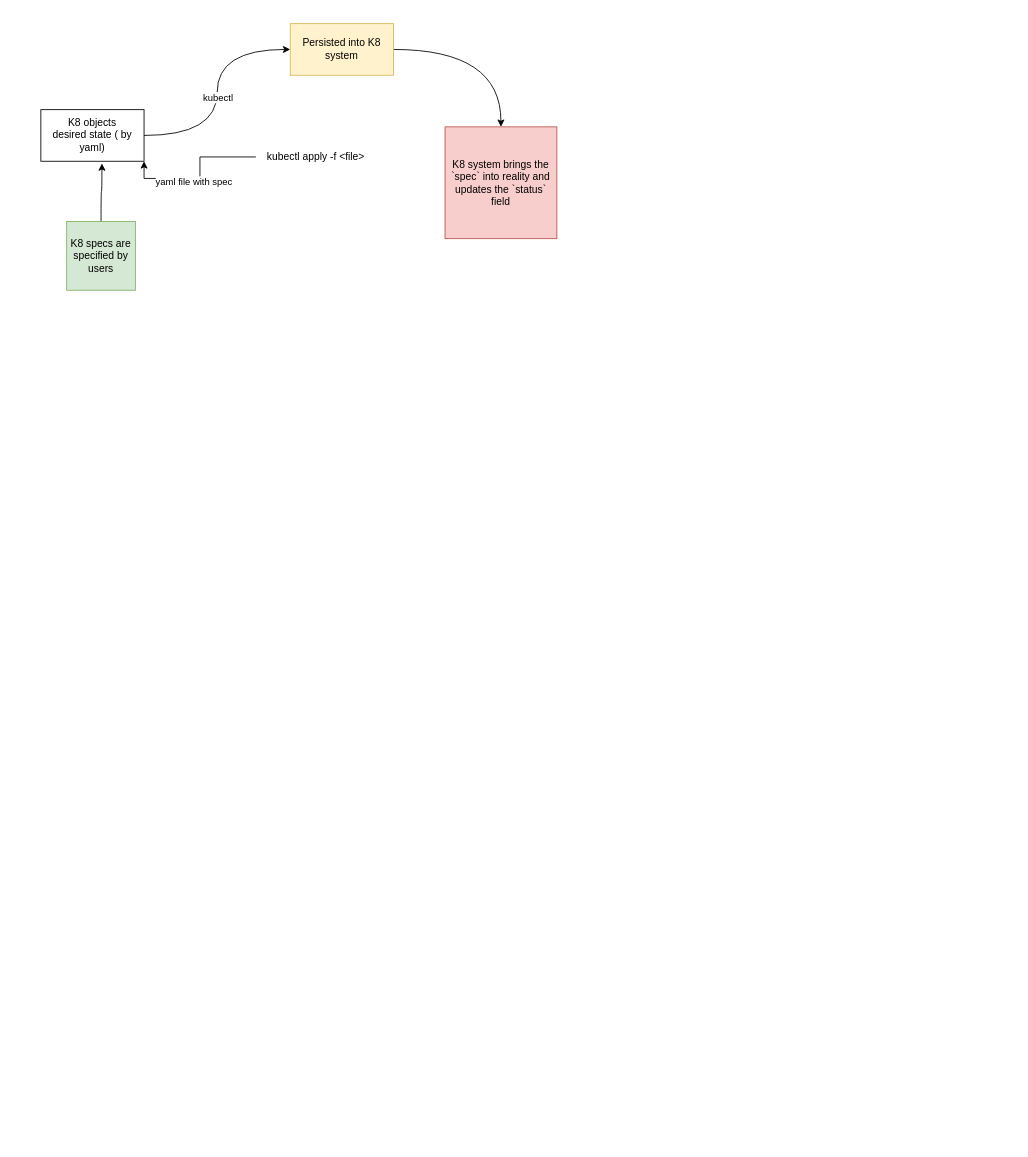
manjunath-notes/diagrams keeps this draw.io diagram as k8_1.drawio. Above is the earlier version. Source tidied: cells renumbered, new cells numbered last; positions are measured from the earlier drawing's top-left corner, leaving out a move shared by most shapes. Both pictures are drawn from the tidied source at 86%, with x=0, y=0 at pixel (40, 23).
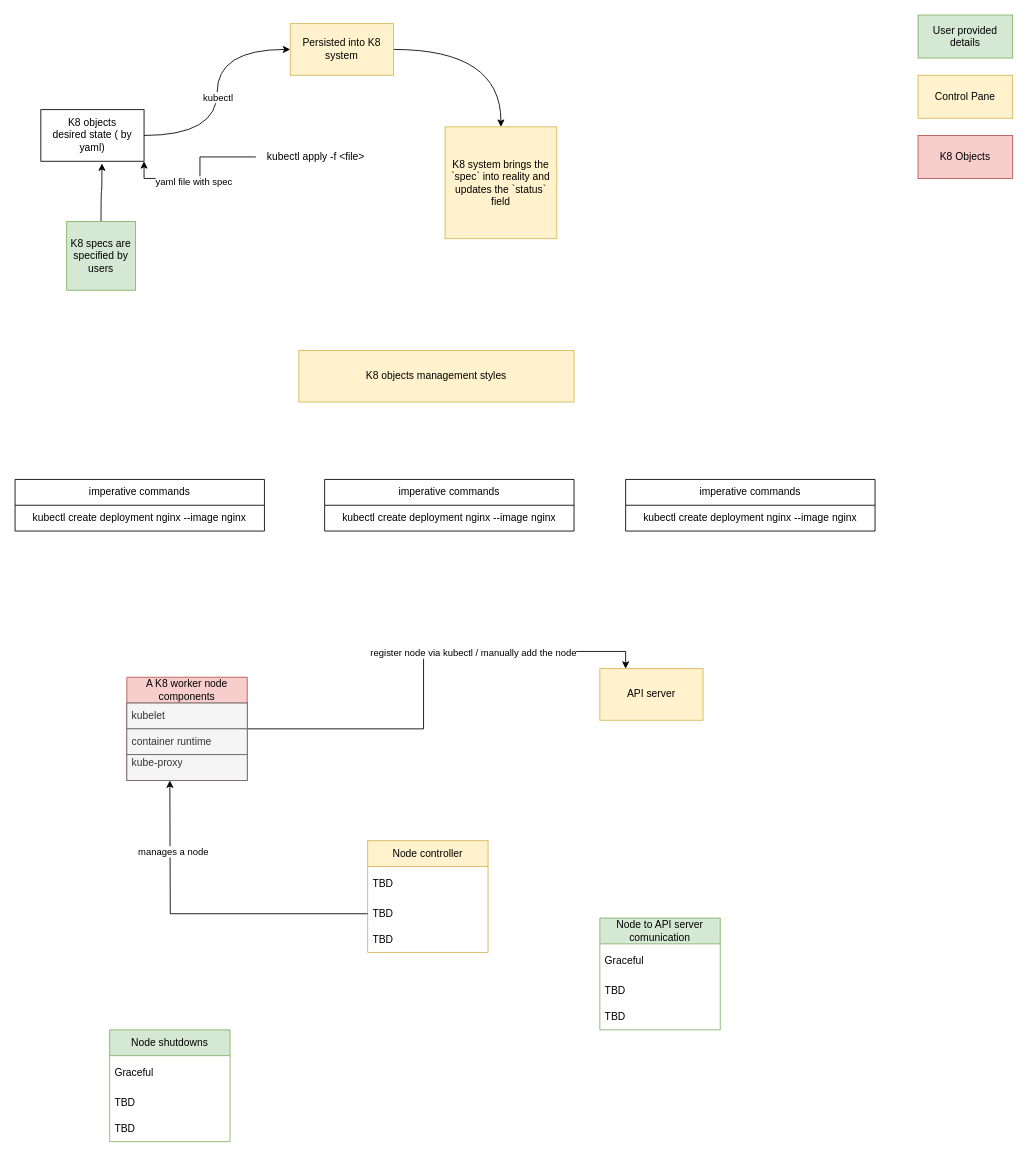
The same diagram, later.

Diff of the diagram source:
```diff
@@
-    <mxCell id="9" value="K8 system brings the `spec` into reality and updates the `status` field" style="whiteSpace=wrap;html=1;fillColor=#f8cecc;strokeColor=#b85450;" parent="1" vertex="1">
+    <mxCell id="9" value="K8 system brings the `spec` into reality and updates the `status` field" style="whiteSpace=wrap;html=1;fillColor=#fff2cc;strokeColor=#d6b656;" parent="1" vertex="1">
       <mxGeometry x="470" y="120" width="130" height="130" as="geometry" />
     </mxCell>
@@
+    <mxCell id="13" value="K8 objects management styles" style="rounded=0;whiteSpace=wrap;html=1;fillColor=#fff2cc;strokeColor=#d6b656;" parent="1" vertex="1">
+      <mxGeometry x="300" y="380" width="320" height="60" as="geometry" />
+    </mxCell>
+    <mxCell id="14" value="imperative commands" style="swimlane;fontStyle=0;horizontal=1;startSize=30;whiteSpace=wrap;html=1;" parent="1" vertex="1">
+      <mxGeometry x="-30" y="530" width="290" height="60" as="geometry" />
+    </mxCell>
+    <mxCell id="15" value="kubectl create deployment nginx --image nginx" style="text;strokeColor=none;fillColor=none;align=center;verticalAlign=middle;spacingLeft=4;spacingRight=4;overflow=hidden;whiteSpace=wrap;html=1;" parent="14" vertex="1">
+      <mxGeometry y="30" width="290" height="30" as="geometry" />
+    </mxCell>
+    <mxCell id="16" value="imperative commands" style="swimlane;fontStyle=0;horizontal=1;startSize=30;whiteSpace=wrap;html=1;" parent="1" vertex="1">
+      <mxGeometry x="330" y="530" width="290" height="60" as="geometry" />
+    </mxCell>
+    <mxCell id="17" value="kubectl create deployment nginx --image nginx" style="text;strokeColor=none;fillColor=none;align=center;verticalAlign=middle;spacingLeft=4;spacingRight=4;overflow=hidden;whiteSpace=wrap;html=1;" parent="16" vertex="1">
+      <mxGeometry y="30" width="290" height="30" as="geometry" />
+    </mxCell>
+    <mxCell id="18" value="imperative commands" style="swimlane;fontStyle=0;horizontal=1;startSize=30;whiteSpace=wrap;html=1;" parent="1" vertex="1">
+      <mxGeometry x="680" y="530" width="290" height="60" as="geometry" />
+    </mxCell>
+    <mxCell id="19" value="kubectl create deployment nginx --image nginx" style="text;strokeColor=none;fillColor=none;align=center;verticalAlign=middle;spacingLeft=4;spacingRight=4;overflow=hidden;whiteSpace=wrap;html=1;" parent="18" vertex="1">
+      <mxGeometry y="30" width="290" height="30" as="geometry" />
+    </mxCell>
+    <mxCell id="20" style="edgeStyle=orthogonalEdgeStyle;rounded=0;jettySize=auto;html=1;entryX=0.25;entryY=0;entryDx=0;entryDy=0;" parent="1" edge="1" source="22" target="26">
+      <mxGeometry relative="1" as="geometry" />
+    </mxCell>
+    <mxCell id="21" value="register node via kubectl / manually add the node" style="edgeLabel;html=1;align=center;verticalAlign=middle;" parent="20" vertex="1">
+      <mxGeometry x="0.28" y="-1" relative="1" as="geometry" />
+    </mxCell>
+    <mxCell id="22" value="A K8 worker node components" style="swimlane;fontStyle=0;horizontal=1;startSize=30;whiteSpace=wrap;html=1;fillColor=#f8cecc;strokeColor=#b85450;" parent="1" vertex="1">
+      <mxGeometry x="100" y="760" width="140" height="120" as="geometry" />
+    </mxCell>
+    <mxCell id="23" value="kubelet" style="text;strokeColor=#666666;fillColor=#f5f5f5;align=left;verticalAlign=middle;spacingLeft=4;spacingRight=4;overflow=hidden;whiteSpace=wrap;html=1;fontColor=#333333;" parent="22" vertex="1">
+      <mxGeometry y="30" width="140" height="30" as="geometry" />
+    </mxCell>
+    <mxCell id="24" value="container runtime" style="text;strokeColor=#666666;fillColor=#f5f5f5;align=left;verticalAlign=middle;spacingLeft=4;spacingRight=4;overflow=hidden;whiteSpace=wrap;html=1;fontColor=#333333;" parent="22" vertex="1">
+      <mxGeometry y="60" width="140" height="30" as="geometry" />
+    </mxCell>
+    <mxCell id="25" value="kube-proxy&lt;br&gt;&lt;br&gt;" style="text;strokeColor=#666666;fillColor=#f5f5f5;align=left;verticalAlign=middle;spacingLeft=4;spacingRight=4;overflow=hidden;whiteSpace=wrap;html=1;fontColor=#333333;" parent="22" vertex="1">
+      <mxGeometry y="90" width="140" height="30" as="geometry" />
+    </mxCell>
+    <mxCell id="26" value="API server" style="rounded=0;whiteSpace=wrap;html=1;fillColor=#fff2cc;strokeColor=#d6b656;" parent="1" vertex="1">
+      <mxGeometry x="650" y="750" width="120" height="60" as="geometry" />
+    </mxCell>
+    <mxCell id="27" value="User provided details" style="rounded=0;whiteSpace=wrap;html=1;fillColor=#d5e8d4;strokeColor=#82b366;" parent="1" vertex="1">
+      <mxGeometry x="1020" y="-10" width="110" height="50" as="geometry" />
+    </mxCell>
+    <mxCell id="28" value="Control Pane" style="rounded=0;whiteSpace=wrap;html=1;fillColor=#fff2cc;strokeColor=#d6b656;" parent="1" vertex="1">
+      <mxGeometry x="1020" y="60" width="110" height="50" as="geometry" />
+    </mxCell>
+    <mxCell id="29" value="K8 Objects" style="rounded=0;whiteSpace=wrap;html=1;fillColor=#f8cecc;strokeColor=#b85450;" parent="1" vertex="1">
+      <mxGeometry x="1020" y="130" width="110" height="50" as="geometry" />
+    </mxCell>
+    <mxCell id="30" value="Node controller" style="swimlane;fontStyle=0;horizontal=1;startSize=30;whiteSpace=wrap;html=1;fillColor=#fff2cc;strokeColor=#d6b656;" parent="1" vertex="1">
+      <mxGeometry x="380" y="950" width="140" height="130" as="geometry" />
+    </mxCell>
+    <mxCell id="31" value="TBD" style="text;strokeColor=none;fillColor=none;align=left;verticalAlign=middle;spacingLeft=4;spacingRight=4;overflow=hidden;whiteSpace=wrap;html=1;" parent="30" vertex="1">
+      <mxGeometry y="30" width="140" height="40" as="geometry" />
+    </mxCell>
+    <mxCell id="32" style="edgeStyle=orthogonalEdgeStyle;rounded=0;jettySize=auto;html=1;" parent="30" edge="1" source="34">
+      <mxGeometry relative="1" as="geometry">
+        <mxPoint x="-230" y="-70" as="targetPoint" />
+      </mxGeometry>
+    </mxCell>
+    <mxCell id="33" value="manages a node" style="edgeLabel;html=1;align=center;verticalAlign=middle;" parent="32" vertex="1">
+      <mxGeometry x="0.57" y="-3" relative="1" as="geometry" />
+    </mxCell>
+    <mxCell id="34" value="TBD" style="text;strokeColor=none;fillColor=none;align=left;verticalAlign=middle;spacingLeft=4;spacingRight=4;overflow=hidden;points=[[0,0.5],[1,0.5]];portConstraint=eastwest;whiteSpace=wrap;html=1;" parent="30" vertex="1">
+      <mxGeometry y="70" width="140" height="30" as="geometry" />
+    </mxCell>
+    <mxCell id="35" value="TBD" style="text;strokeColor=none;fillColor=none;align=left;verticalAlign=middle;spacingLeft=4;spacingRight=4;overflow=hidden;whiteSpace=wrap;html=1;" parent="30" vertex="1">
+      <mxGeometry y="100" width="140" height="30" as="geometry" />
+    </mxCell>
+    <mxCell id="36" value="Node shutdowns" style="swimlane;fontStyle=0;horizontal=1;startSize=30;whiteSpace=wrap;html=1;fillColor=#d5e8d4;strokeColor=#82b366;" parent="1" vertex="1">
+      <mxGeometry x="80" y="1170" width="140" height="130" as="geometry" />
+    </mxCell>
+    <mxCell id="37" value="Graceful" style="text;strokeColor=none;fillColor=none;align=left;verticalAlign=middle;spacingLeft=4;spacingRight=4;overflow=hidden;whiteSpace=wrap;html=1;" parent="36" vertex="1">
+      <mxGeometry y="30" width="140" height="40" as="geometry" />
+    </mxCell>
+    <mxCell id="38" value="TBD" style="text;strokeColor=none;fillColor=none;align=left;verticalAlign=middle;spacingLeft=4;spacingRight=4;overflow=hidden;whiteSpace=wrap;html=1;" parent="36" vertex="1">
+      <mxGeometry y="70" width="140" height="30" as="geometry" />
+    </mxCell>
+    <mxCell id="39" value="TBD" style="text;strokeColor=none;fillColor=none;align=left;verticalAlign=middle;spacingLeft=4;spacingRight=4;overflow=hidden;whiteSpace=wrap;html=1;" parent="36" vertex="1">
+      <mxGeometry y="100" width="140" height="30" as="geometry" />
+    </mxCell>
+    <mxCell id="40" value="Node to API server comunication" style="swimlane;fontStyle=0;horizontal=1;startSize=30;whiteSpace=wrap;html=1;fillColor=#d5e8d4;strokeColor=#82b366;" parent="1" vertex="1">
+      <mxGeometry x="650" y="1040" width="140" height="130" as="geometry" />
+    </mxCell>
+    <mxCell id="41" value="Graceful" style="text;strokeColor=none;fillColor=none;align=left;verticalAlign=middle;spacingLeft=4;spacingRight=4;overflow=hidden;whiteSpace=wrap;html=1;" parent="40" vertex="1">
+      <mxGeometry y="30" width="140" height="40" as="geometry" />
+    </mxCell>
+    <mxCell id="42" value="TBD" style="text;strokeColor=none;fillColor=none;align=left;verticalAlign=middle;spacingLeft=4;spacingRight=4;overflow=hidden;whiteSpace=wrap;html=1;" parent="40" vertex="1">
+      <mxGeometry y="70" width="140" height="30" as="geometry" />
+    </mxCell>
+    <mxCell id="43" value="TBD" style="text;strokeColor=none;fillColor=none;align=left;verticalAlign=middle;spacingLeft=4;spacingRight=4;overflow=hidden;whiteSpace=wrap;html=1;" parent="40" vertex="1">
+      <mxGeometry y="100" width="140" height="30" as="geometry" />
+    </mxCell>
```
